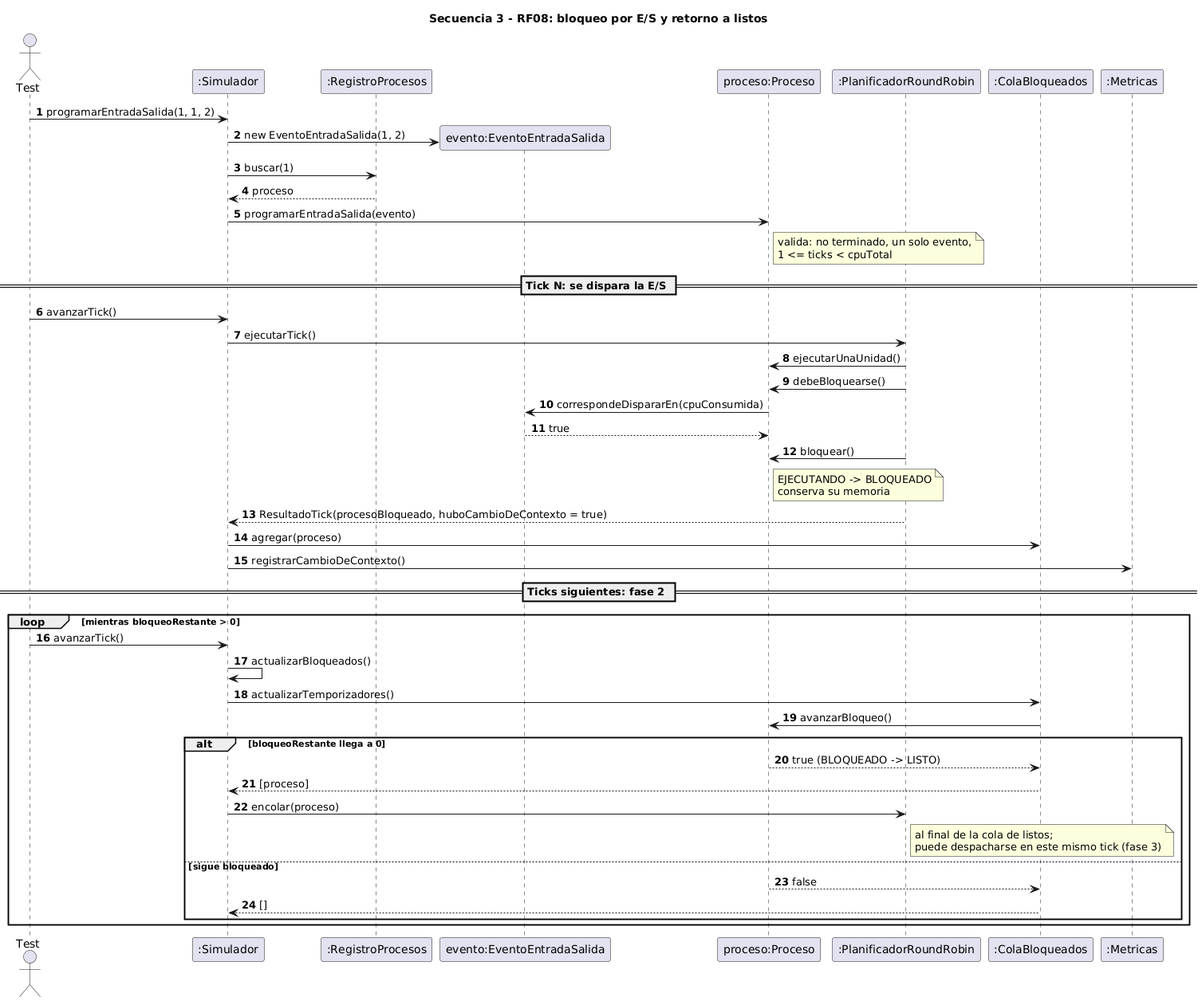
Earlier version of the PlantUML export docs/diagramas/secuencia-3-bloqueo-entrada-salida.png (Nicanor-max/MemoriaPOO2.0).
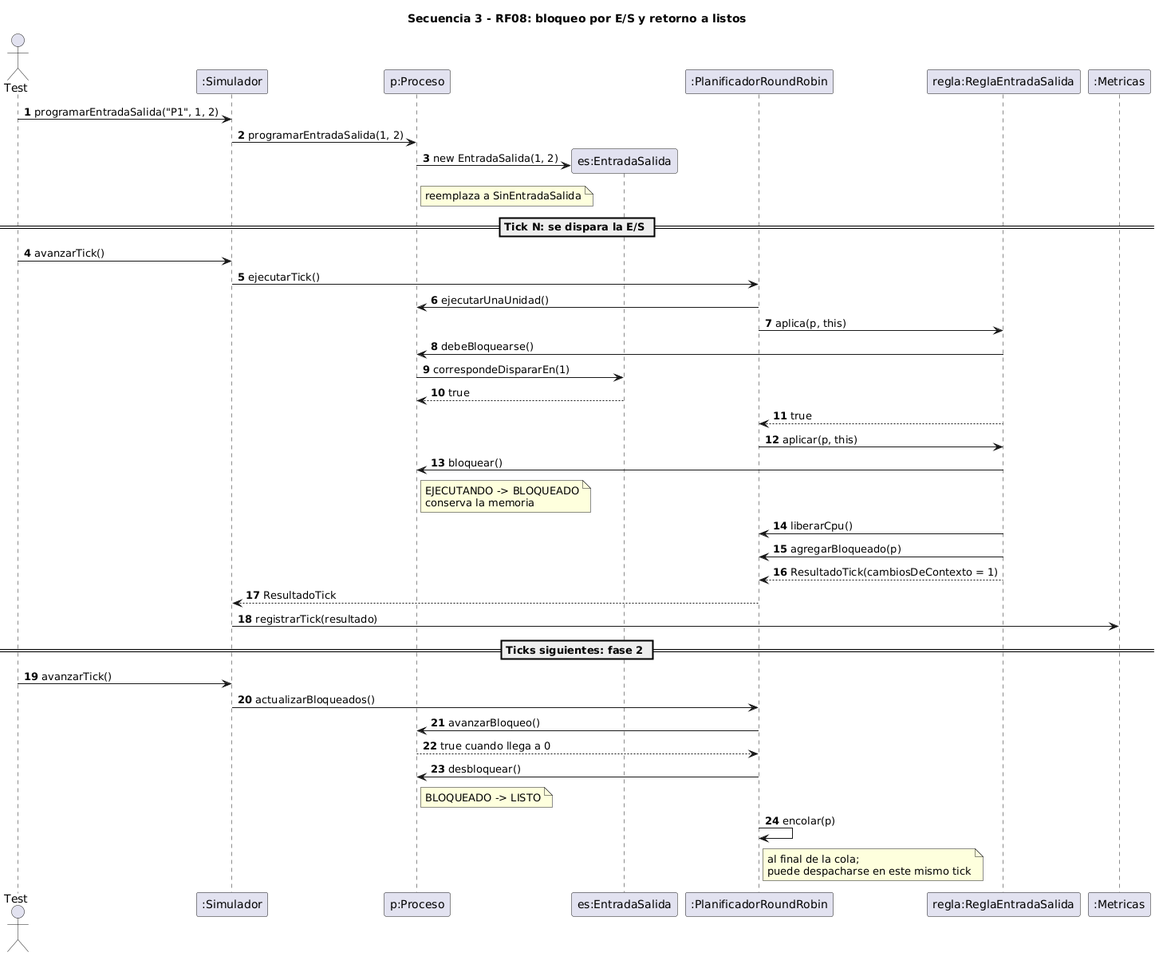
After the commit.

Diff of the diagram source:
```diff
@@ -3,47 +3,42 @@
 autonumber
 actor Test
 participant ":Simulador" as S
-participant ":RegistroProcesos" as R
-participant "evento:EventoEntradaSalida" as E
-participant "proceso:Proceso" as P
+participant "p:Proceso" as P
+participant "es:EntradaSalida" as ES
 participant ":PlanificadorRoundRobin" as PL
-participant ":ColaBloqueados" as CB
+participant "regla:ReglaEntradaSalida" as R
 participant ":Metricas" as MT
 
-Test -> S : programarEntradaSalida(1, 1, 2)
-S -> E ** : new EventoEntradaSalida(1, 2)
-S -> R : buscar(1)
-R --> S : proceso
-S -> P : programarEntradaSalida(evento)
-note right of P : valida: no terminado, un solo evento,\n1 <= ticks < cpuTotal
+Test -> S : programarEntradaSalida("P1", 1, 2)
+S -> P : programarEntradaSalida(1, 2)
+P -> ES ** : new EntradaSalida(1, 2)
+note right of P : reemplaza a SinEntradaSalida
 
 == Tick N: se dispara la E/S ==
 Test -> S : avanzarTick()
 S -> PL : ejecutarTick()
 PL -> P : ejecutarUnaUnidad()
-PL -> P : debeBloquearse()
-P -> E : correspondeDispararEn(cpuConsumida)
-E --> P : true
-PL -> P : bloquear()
-note right of P : EJECUTANDO -> BLOQUEADO\nconserva su memoria
-PL --> S : ResultadoTick(procesoBloqueado, huboCambioDeContexto = true)
-S -> CB : agregar(proceso)
-S -> MT : registrarCambioDeContexto()
+PL -> R : aplica(p, this)
+R -> P : debeBloquearse()
+P -> ES : correspondeDispararEn(1)
+ES --> P : true
+R --> PL : true
+PL -> R : aplicar(p, this)
+R -> P : bloquear()
+note right of P : EJECUTANDO -> BLOQUEADO\nconserva la memoria
+R -> PL : liberarCpu()
+R -> PL : agregarBloqueado(p)
+R --> PL : ResultadoTick(cambiosDeContexto = 1)
+PL --> S : ResultadoTick
+S -> MT : registrarTick(resultado)
 
 == Ticks siguientes: fase 2 ==
-loop mientras bloqueoRestante > 0
-  Test -> S : avanzarTick()
-  S -> S : actualizarBloqueados()
-  S -> CB : actualizarTemporizadores()
-  CB -> P : avanzarBloqueo()
-  alt bloqueoRestante llega a 0
-    P --> CB : true (BLOQUEADO -> LISTO)
-    CB --> S : [proceso]
-    S -> PL : encolar(proceso)
-    note right of PL : al final de la cola de listos;\npuede despacharse en este mismo tick (fase 3)
-  else sigue bloqueado
-    P --> CB : false
-    CB --> S : []
-  end
-end
+Test -> S : avanzarTick()
+S -> PL : actualizarBloqueados()
+PL -> P : avanzarBloqueo()
+P --> PL : true cuando llega a 0
+PL -> P : desbloquear()
+note right of P : BLOQUEADO -> LISTO
+PL -> PL : encolar(p)
+note right of PL : al final de la cola;\npuede despacharse en este mismo tick
 @enduml
```
